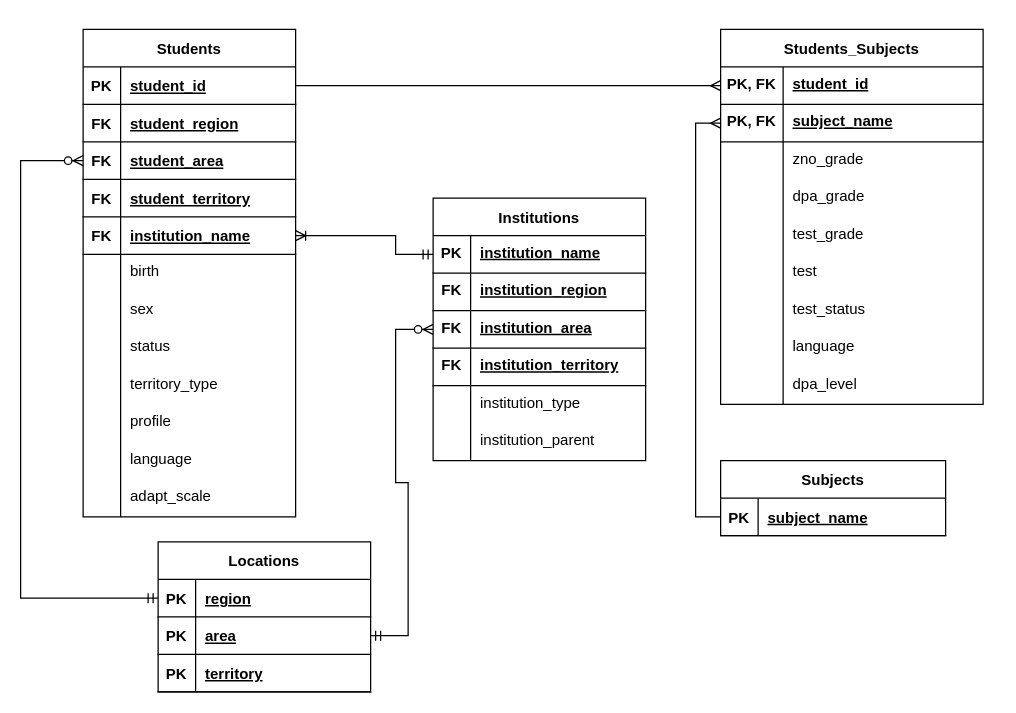
Earlier version of the draw.io diagram diagram.drawio (vasyokbelokopytov/DB_Lab2). Source tidied: cells renumbered, new cells numbered last; positions are measured from the earlier drawing's top-left corner, leaving out a move shared by most shapes. Both pictures are drawn from the tidied source at 125%, with x=0, y=0 at pixel (20, 29).
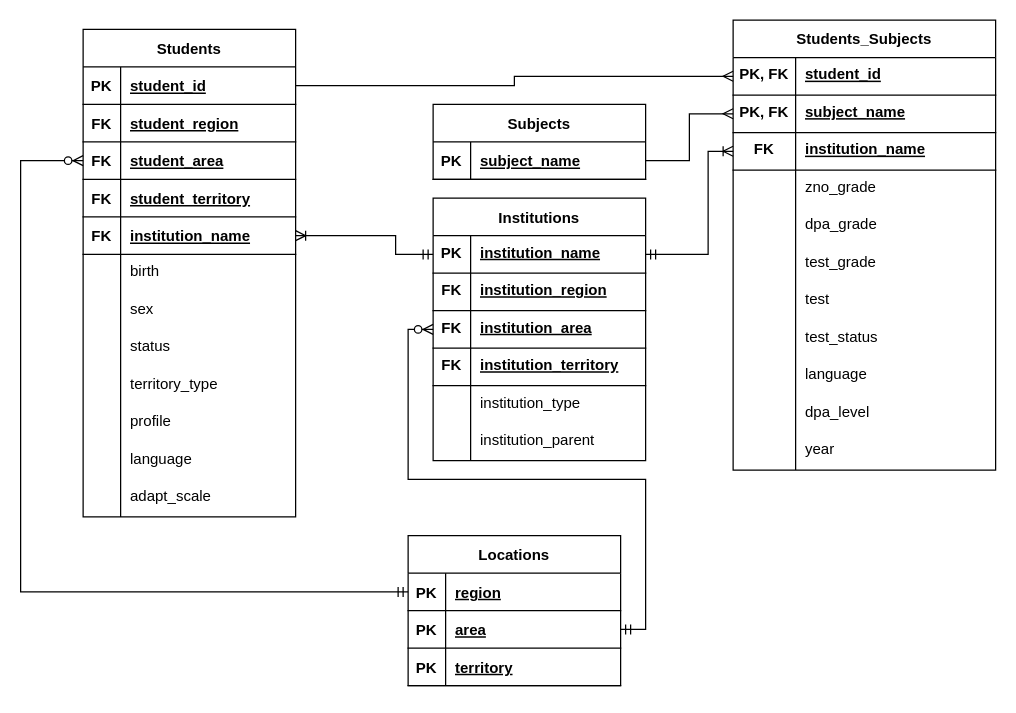
Above is the later version.

Unchanged cells that the change refers to:
```xml
<mxCell id="9" style="shape=partialRectangle;fillColor=none;points=[[0,0.5],[1,0.5]];portConstraint=eastwest;top=0;left=0;right=0;bottom=1;" parent="2" vertex="1">
  <mxGeometry y="90" width="170" height="30" as="geometry" />
</mxCell>
<mxCell id="41" style="shape=partialRectangle;fillColor=none;top=0;left=0;bottom=1;right=0;points=[[0,0.5],[1,0.5]];portConstraint=eastwest;" parent="40" vertex="1">
  <mxGeometry y="30" width="170" height="30" as="geometry" />
</mxCell>
<mxCell id="44" style="shape=partialRectangle;fillColor=none;top=0;left=0;bottom=1;right=0;points=[[0,0.5],[1,0.5]];portConstraint=eastwest;" parent="40" vertex="1">
  <mxGeometry y="60" width="170" height="30" as="geometry" />
</mxCell>
<mxCell id="54" style="shape=partialRectangle;fillColor=none;points=[[0,0.5],[1,0.5]];portConstraint=eastwest;top=0;left=0;right=0;bottom=1;" parent="50" vertex="1">
  <mxGeometry y="60" width="210" height="30" as="geometry" />
</mxCell>
<mxCell id="81" style="shape=partialRectangle;fillColor=none;points=[[0,0.5],[1,0.5]];portConstraint=eastwest;top=0;left=0;right=0;bottom=1;" parent="80" vertex="1">
  <mxGeometry y="30" width="170" height="30" as="geometry" />
</mxCell>
<mxCell id="87" style="shape=partialRectangle;fillColor=none;points=[[0,0.5],[1,0.5]];portConstraint=eastwest;top=0;left=0;right=0;bottom=1;" parent="80" vertex="1">
  <mxGeometry y="90" width="170" height="30" as="geometry" />
</mxCell>
```

The edit, as a diff of the source:
```diff
@@
     <mxCell id="40" value="Locations" style="shape=table;startSize=30;childLayout=tableLayout;rowLines=0;fontStyle=1;align=center;" parent="1" vertex="1">
-      <mxGeometry x="110" y="410" width="170" height="120" as="geometry" />
+      <mxGeometry x="310" y="405" width="170" height="120" as="geometry" />
     </mxCell>
@@
     <mxCell id="50" value="Students_Subjects" style="shape=table;startSize=30;childLayout=tableLayout;rowLines=0;fontStyle=1;align=center;" parent="1" vertex="1">
-      <mxGeometry x="560" width="210" height="300" as="geometry" />
+      <mxGeometry x="570" y="-7.5" width="210" height="360" as="geometry" />
     </mxCell>
@@
+    <mxCell id="105" style="shape=partialRectangle;fillColor=none;points=[[0,0.5],[1,0.5]];portConstraint=eastwest;top=0;left=0;right=0;bottom=1;" parent="50" vertex="1">
+      <mxGeometry y="90" width="210" height="30" as="geometry" />
+    </mxCell>
+    <mxCell id="106" value="FK" style="shape=partialRectangle;overflow=hidden;fillColor=none;top=0;left=0;bottom=0;right=0;fontStyle=1;verticalAlign=top;" parent="105" vertex="1">
+      <mxGeometry width="50" height="30" as="geometry" />
+    </mxCell>
+    <mxCell id="107" value="institution_name" style="shape=partialRectangle;overflow=hidden;fillColor=none;top=0;left=0;bottom=0;right=0;align=left;spacingLeft=6;fontStyle=5;verticalAlign=top;" parent="105" vertex="1">
+      <mxGeometry x="50" width="160" height="30" as="geometry" />
+    </mxCell>
     <mxCell id="57" style="shape=partialRectangle;fillColor=none;top=0;left=0;right=0;bottom=0;" parent="50" vertex="1">
-      <mxGeometry y="90" width="210" height="30" as="geometry" />
+      <mxGeometry y="120" width="210" height="30" as="geometry" />
     </mxCell>
@@
     <mxCell id="60" style="shape=partialRectangle;fillColor=none;top=0;left=0;right=0;bottom=0;" parent="50" vertex="1">
-      <mxGeometry y="120" width="210" height="30" as="geometry" />
+      <mxGeometry y="150" width="210" height="30" as="geometry" />
     </mxCell>
@@
     <mxCell id="63" style="shape=partialRectangle;fillColor=none;top=0;left=0;right=0;bottom=0;" parent="50" vertex="1">
-      <mxGeometry y="150" width="210" height="30" as="geometry" />
+      <mxGeometry y="180" width="210" height="30" as="geometry" />
     </mxCell>
@@
     <mxCell id="66" style="shape=partialRectangle;fillColor=none;top=0;left=0;right=0;bottom=0;" parent="50" vertex="1">
-      <mxGeometry y="180" width="210" height="30" as="geometry" />
+      <mxGeometry y="210" width="210" height="30" as="geometry" />
     </mxCell>
@@
     <mxCell id="69" style="shape=partialRectangle;fillColor=none;top=0;left=0;right=0;bottom=0;" parent="50" vertex="1">
-      <mxGeometry y="210" width="210" height="30" as="geometry" />
+      <mxGeometry y="240" width="210" height="30" as="geometry" />
     </mxCell>
@@
     <mxCell id="72" style="shape=partialRectangle;fillColor=none;top=0;left=0;right=0;bottom=0;" parent="50" vertex="1">
-      <mxGeometry y="240" width="210" height="30" as="geometry" />
+      <mxGeometry y="270" width="210" height="30" as="geometry" />
     </mxCell>
@@
     <mxCell id="75" style="shape=partialRectangle;fillColor=none;top=0;left=0;right=0;bottom=0;" parent="50" vertex="1">
-      <mxGeometry y="270" width="210" height="30" as="geometry" />
+      <mxGeometry y="300" width="210" height="30" as="geometry" />
     </mxCell>
@@
-    <mxCell id="78" style="edgeStyle=orthogonalEdgeStyle;rounded=0;jettySize=auto;html=1;entryX=0;entryY=0.5;entryDx=0;entryDy=0;fontSize=25;endArrow=ERmany;endFill=0;exitX=0;exitY=0.5;exitDx=0;exitDy=0;" parent="1" edge="1" source="101" target="54">
-      <mxGeometry relative="1" as="geometry">
-        <Array as="points">
-          <mxPoint x="540" y="390" />
-          <mxPoint x="540" y="75" />
-        </Array>
-      </mxGeometry>
-    </mxCell>
+    <mxCell id="108" style="shape=partialRectangle;fillColor=none;top=0;left=0;right=0;bottom=0;" parent="50" vertex="1">
+      <mxGeometry y="330" width="210" height="30" as="geometry" />
+    </mxCell>
+    <mxCell id="109" style="shape=partialRectangle;overflow=hidden;fillColor=none;top=0;left=0;bottom=0;right=0;" parent="108" vertex="1">
+      <mxGeometry width="50" height="30" as="geometry" />
+    </mxCell>
+    <mxCell id="110" value="year" style="shape=partialRectangle;overflow=hidden;fillColor=none;top=0;left=0;bottom=0;right=0;align=left;spacingLeft=6;verticalAlign=top;" parent="108" vertex="1">
+      <mxGeometry x="50" width="160" height="30" as="geometry" />
+    </mxCell>
-    <mxCell id="79" style="fontSize=12;html=1;endArrow=ERzeroToMany;startArrow=ERmandOne;entryX=0;entryY=0.5;entryDx=0;entryDy=0;exitX=0;exitY=0.5;exitDx=0;exitDy=0;edgeStyle=orthogonalEdgeStyle;rounded=0;" parent="1" edge="1" source="41" target="9">
+    <mxCell id="79" style="fontSize=12;html=1;endArrow=ERzeroToMany;startArrow=ERmandOne;entryX=0;entryY=0.5;entryDx=0;entryDy=0;edgeStyle=orthogonalEdgeStyle;rounded=0;exitX=0;exitY=0.5;exitDx=0;exitDy=0;" parent="1" edge="1" source="41" target="9">
       <mxGeometry relative="1" as="geometry">
         <Array as="points">
-          <mxPoint y="455" />
+          <mxPoint y="450" />
           <mxPoint y="105" />
         </Array>
       </mxGeometry>
     </mxCell>
@@
     <mxCell id="100" value="Subjects" style="shape=table;startSize=30;childLayout=tableLayout;rowLines=0;fontStyle=1;align=center;" parent="1" vertex="1">
-      <mxGeometry x="560" y="345" width="180" height="60" as="geometry" />
+      <mxGeometry x="330" y="60" width="170" height="60" as="geometry" />
     </mxCell>
     <mxCell id="101" style="shape=partialRectangle;fillColor=none;top=0;left=0;bottom=1;right=0;points=[[0,0.5],[1,0.5]];portConstraint=eastwest;" parent="100" vertex="1">
-      <mxGeometry y="30" width="180" height="30" as="geometry" />
+      <mxGeometry y="30" width="170" height="30" as="geometry" />
     </mxCell>
@@
     <mxCell id="103" value="subject_name" style="shape=partialRectangle;fillColor=none;top=0;left=0;bottom=0;right=0;align=left;spacingLeft=6;fontStyle=5;overflow=hidden;" parent="101" vertex="1">
-      <mxGeometry x="30" width="150" height="30" as="geometry" />
+      <mxGeometry x="30" width="140" height="30" as="geometry" />
     </mxCell>
-    <mxCell id="104" style="edgeStyle=entityRelationEdgeStyle;fontSize=12;html=1;endArrow=ERzeroToMany;startArrow=ERmandOne;exitX=1;exitY=0.5;exitDx=0;exitDy=0;entryX=0;entryY=0.5;entryDx=0;entryDy=0;rounded=0;" parent="1" edge="1" source="44" target="87">
+    <mxCell id="104" style="edgeStyle=orthogonalEdgeStyle;rounded=0;jettySize=auto;html=1;exitX=1;exitY=0.5;exitDx=0;exitDy=0;entryX=0;entryY=0.5;entryDx=0;entryDy=0;startArrow=ERmandOne;startFill=0;endArrow=ERzeroToMany;endFill=1;" parent="1" edge="1" source="44" target="87">
       <mxGeometry relative="1" as="geometry" />
     </mxCell>
+    <mxCell id="78" style="edgeStyle=orthogonalEdgeStyle;rounded=0;jettySize=auto;html=1;exitX=1;exitY=0.5;exitDx=0;exitDy=0;entryX=0;entryY=0.5;entryDx=0;entryDy=0;startArrow=none;startFill=0;endArrow=ERmany;endFill=0;" parent="1" edge="1" source="101" target="54">
+      <mxGeometry relative="1" as="geometry" />
+    </mxCell>
+    <mxCell id="111" style="edgeStyle=orthogonalEdgeStyle;rounded=0;jettySize=auto;html=1;exitX=1;exitY=0.5;exitDx=0;exitDy=0;entryX=0;entryY=0.5;entryDx=0;entryDy=0;startArrow=ERmandOne;startFill=0;endArrow=ERoneToMany;endFill=0;" parent="1" edge="1" source="81" target="105">
+      <mxGeometry relative="1" as="geometry">
+        <Array as="points">
+          <mxPoint x="550" y="180" />
+          <mxPoint x="550" y="98" />
+        </Array>
+      </mxGeometry>
+    </mxCell>
```
